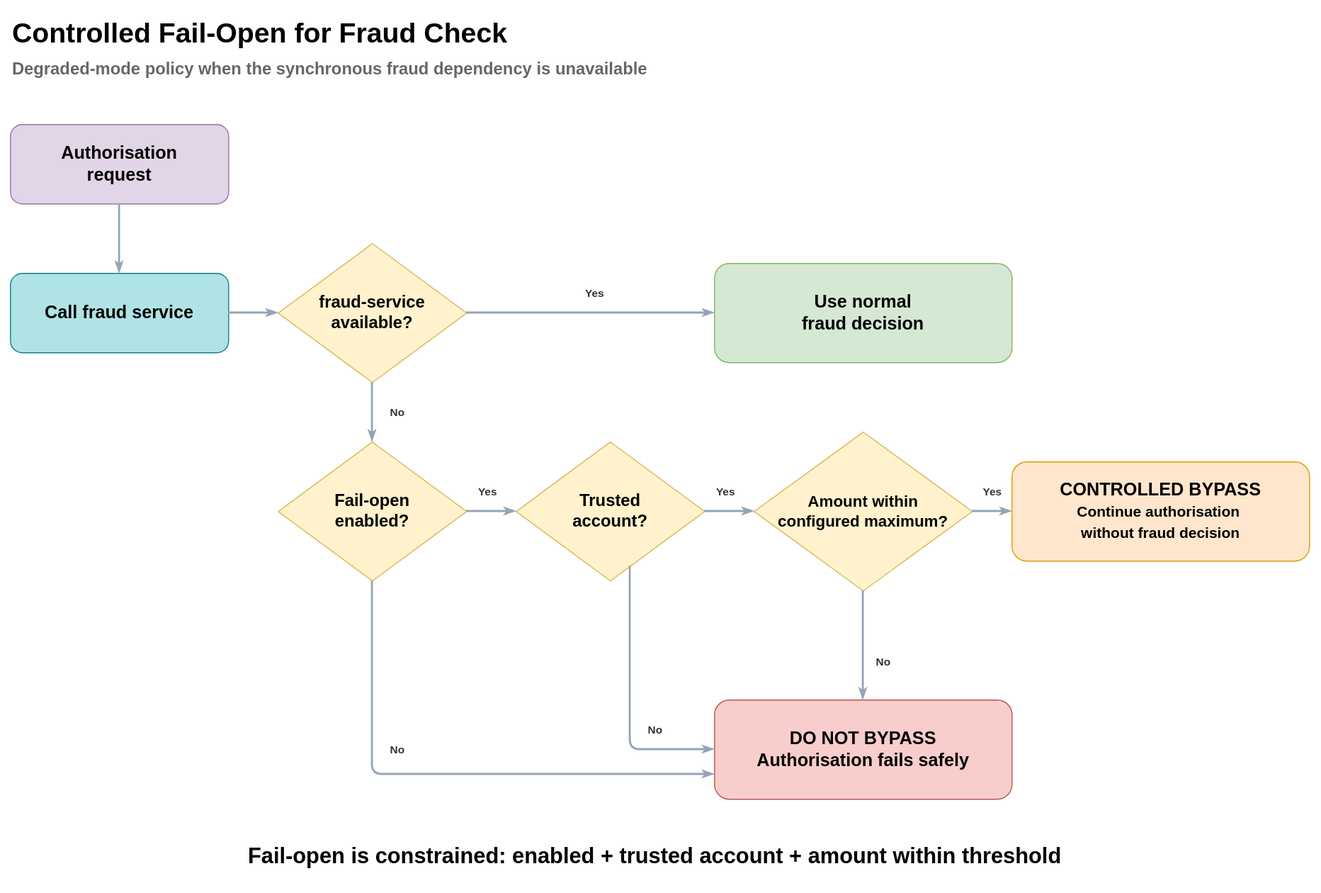
Earlier version of the draw.io export docs/flows/diagrams/fraud-fail-open-policy.svg (ShirongQuan/payment-platform). Source tidied: cells renumbered, new cells last; positions are measured from the earlier drawing's top-left corner, leaving out a move shared by most shapes.
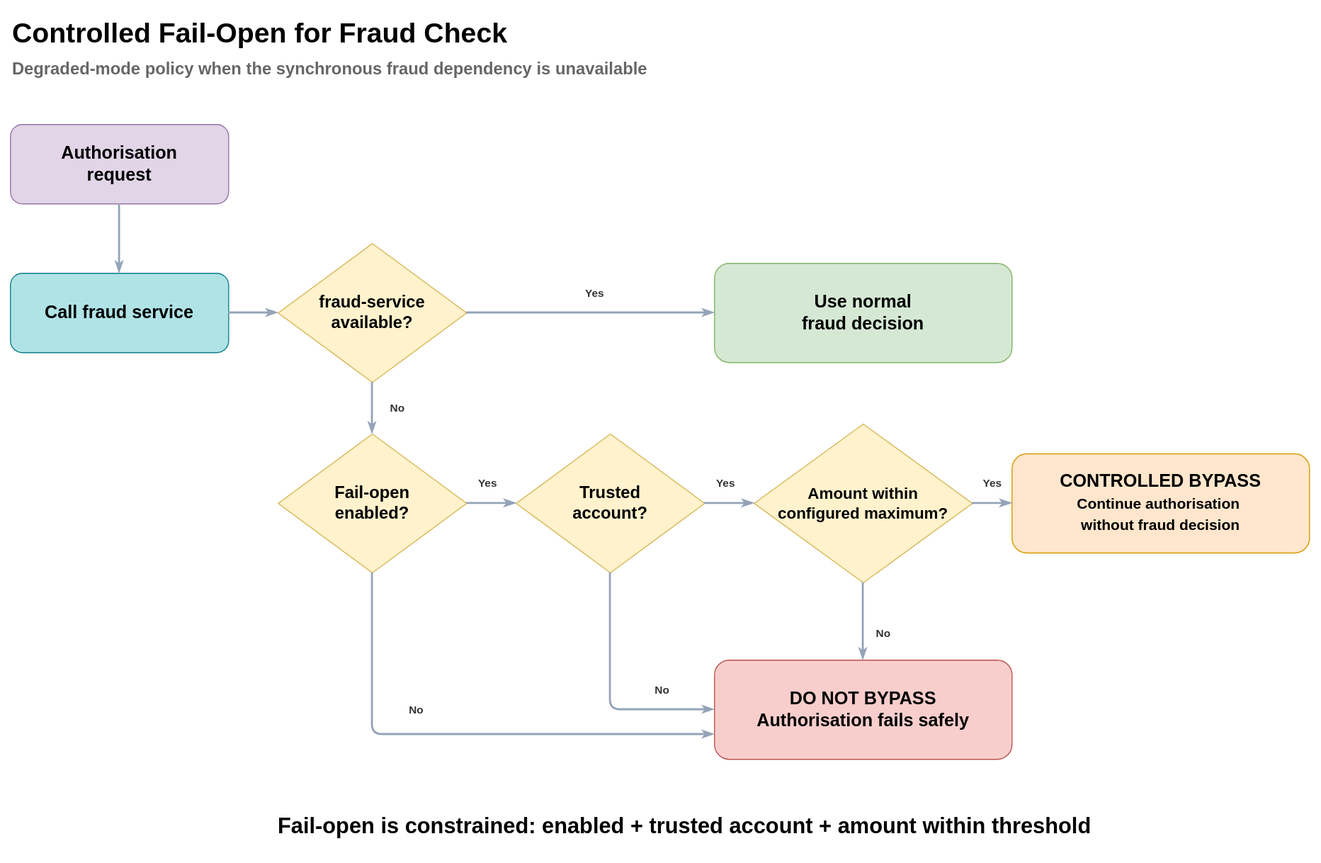
The same diagram one commit later.

What changed in the source:
```diff
@@ -21,22 +21,22 @@
       <mxGeometry x="710" y="255" width="300" height="100" as="geometry" />
     </mxCell>
     <mxCell id="8" value="Fail-open&lt;br&gt;enabled?" style="rhombus;whiteSpace=wrap;html=1;fillColor=#fff2cc;strokeColor=#d6b656;fontSize=17;fontStyle=1;" parent="1" vertex="1">
-      <mxGeometry x="270" y="435" width="190" height="140" as="geometry" />
+      <mxGeometry x="270" y="427" width="190" height="140" as="geometry" />
     </mxCell>
     <mxCell id="9" value="Trusted&lt;br&gt;account?" style="rhombus;whiteSpace=wrap;html=1;fillColor=#fff2cc;strokeColor=#d6b656;fontSize=17;fontStyle=1;" parent="1" vertex="1">
-      <mxGeometry x="510" y="435" width="190" height="140" as="geometry" />
+      <mxGeometry x="510" y="427" width="190" height="140" as="geometry" />
     </mxCell>
     <mxCell id="10" value="Amount within&lt;br&gt;configured maximum?" style="rhombus;whiteSpace=wrap;html=1;fillColor=#fff2cc;strokeColor=#d6b656;fontSize=16;fontStyle=1;" parent="1" vertex="1">
-      <mxGeometry x="750" y="425" width="220" height="160" as="geometry" />
+      <mxGeometry x="750" y="417" width="220" height="160" as="geometry" />
     </mxCell>
     <mxCell id="11" value="CONTROLLED BYPASS&lt;br&gt;&lt;font style=&quot;font-size:15px&quot;&gt;Continue authorisation&amp;nbsp;&lt;/font&gt;&lt;div&gt;&lt;font style=&quot;font-size:15px&quot;&gt;without fraud decision&lt;/font&gt;&lt;/div&gt;" style="rounded=1;whiteSpace=wrap;html=1;fillColor=#ffe6cc;strokeColor=#d79b00;fontSize=18;fontStyle=1;" parent="1" vertex="1">
-      <mxGeometry x="1010" y="455" width="300" height="100" as="geometry" />
+      <mxGeometry x="1010" y="447" width="300" height="100" as="geometry" />
     </mxCell>
     <mxCell id="12" value="DO NOT BYPASS&lt;br&gt;Authorisation fails safely" style="rounded=1;whiteSpace=wrap;html=1;fillColor=#f8cecc;strokeColor=#b85450;fontSize=18;fontStyle=1;" parent="1" vertex="1">
-      <mxGeometry x="710" y="695" width="300" height="100" as="geometry" />
+      <mxGeometry x="710" y="655" width="300" height="100" as="geometry" />
     </mxCell>
     <mxCell id="13" value="Fail-open is constrained: enabled + trusted account + amount within threshold" style="rounded=1;whiteSpace=wrap;html=1;fillColor=none;strokeColor=none;fontSize=22;fontStyle=1;align=center;" parent="1" vertex="1">
-      <mxGeometry x="140" y="825" width="1020" height="55" as="geometry" />
+      <mxGeometry x="170" y="795" width="1020" height="55" as="geometry" />
     </mxCell>
     <mxCell id="14" style="edgeStyle=orthogonalEdgeStyle;rounded=1;jettySize=auto;html=1;endArrow=classicThin;endFill=1;strokeWidth=2;strokeColor=#94A3B8;align=center;verticalAlign=middle;fontFamily=Helvetica;fontSize=11;fontColor=#333333;fontStyle=1;labelBackgroundColor=none;" parent="1" edge="1" source="4" target="5">
       <mxGeometry relative="1" as="geometry" />
@@ -59,12 +59,8 @@
     <mxCell id="20" value="Yes" style="edgeStyle=orthogonalEdgeStyle;rounded=1;jettySize=auto;html=1;endArrow=classicThin;endFill=1;strokeWidth=2;fontSize=11;fontStyle=1;strokeColor=#94A3B8;align=center;verticalAlign=middle;fontFamily=Helvetica;fontColor=#333333;labelBackgroundColor=none;" parent="1" edge="1" source="9" target="10">
       <mxGeometry x="-0.14" y="20" relative="1" as="geometry" />
     </mxCell>
-    <mxCell id="21" value="No" style="edgeStyle=orthogonalEdgeStyle;rounded=1;jettySize=auto;html=1;endArrow=classicThin;endFill=1;strokeWidth=2;fontSize=11;fontStyle=1;entryX=0;entryY=0.5;entryDx=0;entryDy=0;strokeColor=#94A3B8;align=center;verticalAlign=middle;fontFamily=Helvetica;fontColor=#333333;labelBackgroundColor=none;" parent="1" edge="1" source="9" target="12">
-      <mxGeometry x="0.56" y="20" relative="1" as="geometry">
-        <Array as="points">
-          <mxPoint x="625" y="745" />
-        </Array>
-      </mxGeometry>
+    <mxCell id="21" value="No" style="edgeStyle=orthogonalEdgeStyle;rounded=1;jettySize=auto;html=1;endArrow=classicThin;endFill=1;strokeWidth=2;fontSize=11;fontStyle=1;entryX=0;entryY=0.5;entryDx=0;entryDy=0;strokeColor=#94A3B8;align=center;verticalAlign=middle;fontFamily=Helvetica;fontColor=#333333;labelBackgroundColor=none;exitX=0.5;exitY=1;exitDx=0;exitDy=0;" parent="1" edge="1" source="9" target="12">
+      <mxGeometry x="0.56" y="20" relative="1" as="geometry" />
     </mxCell>
     <mxCell id="22" value="Yes" style="edgeStyle=orthogonalEdgeStyle;rounded=1;jettySize=auto;html=1;endArrow=classicThin;endFill=1;strokeWidth=2;fontSize=11;fontStyle=1;strokeColor=#94A3B8;align=center;verticalAlign=middle;fontFamily=Helvetica;fontColor=#333333;labelBackgroundColor=none;" parent="1" edge="1" source="10" target="11">
       <mxGeometry y="20" relative="1" as="geometry" />
```
